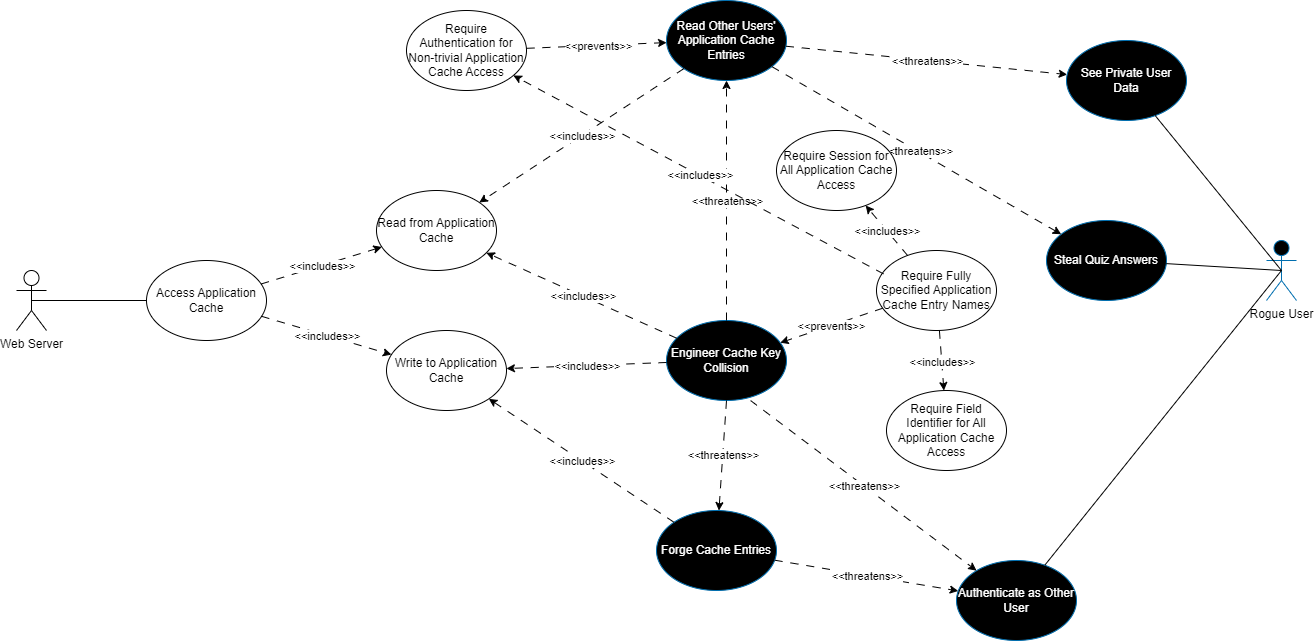
Earlier version of the draw.io export Deliverables/Requirements for Software Security Engineering/Diagrams/Interaction-3-Diagram.png (jschrack/CYBR-8420). Source tidied: cells renumbered, new cells last; positions are measured from the earlier drawing's top-left corner, leaving out a move shared by most shapes. The source it was exported from:
```xml
<mxGraphModel>
  <root>
    <mxCell id="0" />
    <mxCell id="1" parent="0" />
    <mxCell id="2" value="Web Server" style="shape=umlActor;verticalLabelPosition=bottom;verticalAlign=top;html=1;outlineConnect=0;" parent="1" vertex="1">
      <mxGeometry y="270" width="30" height="60" as="geometry" />
    </mxCell>
    <mxCell id="3" value="Access Application Cache" style="ellipse;whiteSpace=wrap;html=1;" parent="1" vertex="1">
      <mxGeometry x="130" y="260" width="120" height="80" as="geometry" />
    </mxCell>
    <mxCell id="4" style="endArrow=none;html=1;rounded=0;exitX=0.5;exitY=0.5;exitDx=0;exitDy=0;exitPerimeter=0;" parent="1" edge="1" source="2" target="3">
      <mxGeometry relative="1" as="geometry" />
    </mxCell>
    <mxCell id="5" style="endArrow=classic;html=1;rounded=0;dashed=1;dashPattern=8 8;" parent="1" edge="1" source="3" target="8">
      <mxGeometry relative="1" as="geometry" />
    </mxCell>
    <mxCell id="6" value="&amp;lt;&amp;lt;includes&amp;gt;&amp;gt;" style="edgeLabel;html=1;align=center;verticalAlign=middle;" parent="5" vertex="1">
      <mxGeometry relative="1" as="geometry" />
    </mxCell>
    <mxCell id="7" value="Read from Application Cache" style="ellipse;whiteSpace=wrap;html=1;" parent="1" vertex="1">
      <mxGeometry x="360" y="190" width="120" height="80" as="geometry" />
    </mxCell>
    <mxCell id="8" value="Write to Application Cache" style="ellipse;whiteSpace=wrap;html=1;" parent="1" vertex="1">
      <mxGeometry x="370" y="330" width="120" height="80" as="geometry" />
    </mxCell>
    <mxCell id="9" style="endArrow=classic;html=1;rounded=0;dashed=1;dashPattern=8 8;" parent="1" edge="1" source="3" target="7">
      <mxGeometry relative="1" as="geometry" />
    </mxCell>
    <mxCell id="10" value="&amp;lt;&amp;lt;includes&amp;gt;&amp;gt;" style="edgeLabel;html=1;align=center;verticalAlign=middle;" parent="9" vertex="1">
      <mxGeometry relative="1" as="geometry" />
    </mxCell>
    <mxCell id="11" value="&lt;font color=&quot;#000000&quot;&gt;Rogue User&lt;/font&gt;" style="shape=umlActor;verticalLabelPosition=bottom;verticalAlign=top;html=1;outlineConnect=0;fillColor=#000000;strokeColor=#006EAF;fontColor=#ffffff;" parent="1" vertex="1">
      <mxGeometry x="1250" y="240" width="30" height="60" as="geometry" />
    </mxCell>
    <mxCell id="12" value="Forge Cache Entries" style="ellipse;whiteSpace=wrap;html=1;fillColor=#000000;fontColor=#ffffff;strokeColor=#006EAF;" parent="1" vertex="1">
      <mxGeometry x="640" y="510" width="120" height="80" as="geometry" />
    </mxCell>
    <mxCell id="13" value="Authenticate as Other User" style="ellipse;whiteSpace=wrap;html=1;fillColor=#000000;fontColor=#ffffff;strokeColor=#006EAF;" parent="1" vertex="1">
      <mxGeometry x="940" y="560" width="120" height="80" as="geometry" />
    </mxCell>
    <mxCell id="14" value="Read Other Users' Application Cache Entries" style="ellipse;whiteSpace=wrap;html=1;fillColor=#000000;fontColor=#ffffff;strokeColor=#006EAF;" parent="1" vertex="1">
      <mxGeometry x="650" width="120" height="80" as="geometry" />
    </mxCell>
    <mxCell id="15" style="endArrow=classic;html=1;rounded=0;dashed=1;dashPattern=8 8;" parent="1" edge="1" source="14" target="7">
      <mxGeometry relative="1" as="geometry" />
    </mxCell>
    <mxCell id="16" value="&amp;lt;&amp;lt;includes&amp;gt;&amp;gt;" style="edgeLabel;html=1;align=center;verticalAlign=middle;" parent="15" vertex="1">
      <mxGeometry relative="1" as="geometry" />
    </mxCell>
    <mxCell id="17" style="endArrow=classic;html=1;rounded=0;dashed=1;dashPattern=8 8;" parent="1" edge="1" source="12" target="8">
      <mxGeometry relative="1" as="geometry" />
    </mxCell>
    <mxCell id="18" value="&amp;lt;&amp;lt;includes&amp;gt;&amp;gt;" style="edgeLabel;html=1;align=center;verticalAlign=middle;" parent="17" vertex="1">
      <mxGeometry relative="1" as="geometry" />
    </mxCell>
    <mxCell id="19" value="Engineer Cache Key Collision" style="ellipse;whiteSpace=wrap;html=1;fillColor=#000000;fontColor=#ffffff;strokeColor=#006EAF;" parent="1" vertex="1">
      <mxGeometry x="650" y="320" width="120" height="80" as="geometry" />
    </mxCell>
    <mxCell id="20" style="endArrow=classic;html=1;rounded=0;dashed=1;dashPattern=8 8;" parent="1" edge="1" source="19" target="7">
      <mxGeometry relative="1" as="geometry" />
    </mxCell>
    <mxCell id="21" value="&amp;lt;&amp;lt;includes&amp;gt;&amp;gt;" style="edgeLabel;html=1;align=center;verticalAlign=middle;" parent="20" vertex="1">
      <mxGeometry relative="1" as="geometry" />
    </mxCell>
    <mxCell id="22" value="Steal Quiz Answers" style="ellipse;whiteSpace=wrap;html=1;fillColor=#000000;fontColor=#ffffff;strokeColor=#006EAF;" parent="1" vertex="1">
      <mxGeometry x="1030" y="220" width="120" height="80" as="geometry" />
    </mxCell>
    <mxCell id="23" value="See Private User Data" style="ellipse;whiteSpace=wrap;html=1;fillColor=#000000;fontColor=#ffffff;strokeColor=#006EAF;" parent="1" vertex="1">
      <mxGeometry x="1050" y="40" width="120" height="80" as="geometry" />
    </mxCell>
    <mxCell id="24" style="endArrow=classic;html=1;rounded=0;dashed=1;dashPattern=8 8;" parent="1" edge="1" source="14" target="22">
      <mxGeometry relative="1" as="geometry" />
    </mxCell>
    <mxCell id="25" value="&amp;lt;&amp;lt;threatens&amp;gt;&amp;gt;" style="edgeLabel;html=1;align=center;verticalAlign=middle;" parent="24" vertex="1">
      <mxGeometry relative="1" as="geometry" />
    </mxCell>
    <mxCell id="26" style="endArrow=classic;html=1;rounded=0;dashed=1;dashPattern=8 8;" parent="1" edge="1" source="14" target="23">
      <mxGeometry relative="1" as="geometry" />
    </mxCell>
    <mxCell id="27" value="&amp;lt;&amp;lt;threatens&amp;gt;&amp;gt;" style="edgeLabel;html=1;align=center;verticalAlign=middle;" parent="26" vertex="1">
      <mxGeometry relative="1" as="geometry" />
    </mxCell>
    <mxCell id="28" style="endArrow=classic;html=1;rounded=0;dashed=1;dashPattern=8 8;exitX=0.701;exitY=1.001;exitDx=0;exitDy=0;exitPerimeter=0;" parent="1" edge="1" source="19" target="13">
      <mxGeometry relative="1" as="geometry" />
    </mxCell>
    <mxCell id="29" value="&amp;lt;&amp;lt;threatens&amp;gt;&amp;gt;" style="edgeLabel;html=1;align=center;verticalAlign=middle;" parent="28" vertex="1">
      <mxGeometry relative="1" as="geometry" />
    </mxCell>
    <mxCell id="30" style="endArrow=classic;html=1;rounded=0;dashed=1;dashPattern=8 8;" parent="1" edge="1" source="19" target="8">
      <mxGeometry relative="1" as="geometry" />
    </mxCell>
    <mxCell id="31" value="&amp;lt;&amp;lt;includes&amp;gt;&amp;gt;" style="edgeLabel;html=1;align=center;verticalAlign=middle;" parent="30" vertex="1">
      <mxGeometry relative="1" as="geometry" />
    </mxCell>
    <mxCell id="32" style="endArrow=classic;html=1;rounded=0;dashed=1;dashPattern=8 8;" parent="1" edge="1" source="12" target="13">
      <mxGeometry relative="1" as="geometry" />
    </mxCell>
    <mxCell id="33" value="&amp;lt;&amp;lt;threatens&amp;gt;&amp;gt;" style="edgeLabel;html=1;align=center;verticalAlign=middle;" parent="32" vertex="1">
      <mxGeometry relative="1" as="geometry" />
    </mxCell>
    <mxCell id="34" style="endArrow=classic;html=1;rounded=0;dashed=1;dashPattern=8 8;exitX=0.5;exitY=0;exitDx=0;exitDy=0;entryX=0.5;entryY=1;entryDx=0;entryDy=0;" parent="1" edge="1" source="19" target="14">
      <mxGeometry relative="1" as="geometry" />
    </mxCell>
    <mxCell id="35" value="&amp;lt;&amp;lt;threatens&amp;gt;&amp;gt;" style="edgeLabel;html=1;align=center;verticalAlign=middle;" parent="34" vertex="1">
      <mxGeometry relative="1" as="geometry" />
    </mxCell>
    <mxCell id="36" style="endArrow=classic;html=1;rounded=0;dashed=1;dashPattern=8 8;exitX=0.5;exitY=1;exitDx=0;exitDy=0;" parent="1" edge="1" source="19" target="12">
      <mxGeometry relative="1" as="geometry" />
    </mxCell>
    <mxCell id="37" value="&amp;lt;&amp;lt;threatens&amp;gt;&amp;gt;" style="edgeLabel;html=1;align=center;verticalAlign=middle;" parent="36" vertex="1">
      <mxGeometry relative="1" as="geometry" />
    </mxCell>
    <mxCell id="38" style="endArrow=none;html=1;rounded=0;exitX=0.5;exitY=0.5;exitDx=0;exitDy=0;exitPerimeter=0;" parent="1" edge="1" source="11" target="22">
      <mxGeometry relative="1" as="geometry" />
    </mxCell>
    <mxCell id="39" style="endArrow=none;html=1;rounded=0;exitX=0.5;exitY=0.5;exitDx=0;exitDy=0;exitPerimeter=0;" parent="1" edge="1" source="11" target="13">
      <mxGeometry relative="1" as="geometry" />
    </mxCell>
    <mxCell id="40" style="endArrow=none;html=1;rounded=0;exitX=0.5;exitY=0.5;exitDx=0;exitDy=0;exitPerimeter=0;" parent="1" edge="1" source="11" target="23">
      <mxGeometry relative="1" as="geometry" />
    </mxCell>
    <mxCell id="41" value="Require Authentication for Non-trivial Application Cache Access" style="ellipse;whiteSpace=wrap;html=1;" parent="1" vertex="1">
      <mxGeometry x="390" y="10" width="120" height="80" as="geometry" />
    </mxCell>
    <mxCell id="42" value="Require Session for All Application Cache Access" style="ellipse;whiteSpace=wrap;html=1;" parent="1" vertex="1">
      <mxGeometry x="760" y="130" width="120" height="80" as="geometry" />
    </mxCell>
    <mxCell id="43" style="endArrow=classic;html=1;rounded=0;dashed=1;dashPattern=8 8;" parent="1" edge="1" source="41" target="14">
      <mxGeometry relative="1" as="geometry" />
    </mxCell>
    <mxCell id="44" value="&amp;lt;&amp;lt;prevents&amp;gt;&amp;gt;" style="edgeLabel;html=1;align=center;verticalAlign=middle;" parent="43" vertex="1">
      <mxGeometry relative="1" as="geometry" />
    </mxCell>
    <mxCell id="45" value="Require Field Identifier for All Application Cache Access" style="ellipse;whiteSpace=wrap;html=1;" parent="1" vertex="1">
      <mxGeometry x="870" y="390" width="120" height="80" as="geometry" />
    </mxCell>
    <mxCell id="46" value="Require Fully Specified Application Cache Entry Names" style="ellipse;whiteSpace=wrap;html=1;" parent="1" vertex="1">
      <mxGeometry x="860" y="250" width="120" height="80" as="geometry" />
    </mxCell>
    <mxCell id="47" style="endArrow=classic;html=1;rounded=0;dashed=1;dashPattern=8 8;" parent="1" edge="1" source="46" target="19">
      <mxGeometry relative="1" as="geometry" />
    </mxCell>
    <mxCell id="48" value="&amp;lt;&amp;lt;prevents&amp;gt;&amp;gt;" style="edgeLabel;html=1;align=center;verticalAlign=middle;" parent="47" vertex="1">
      <mxGeometry relative="1" as="geometry" />
    </mxCell>
    <mxCell id="49" value="0" style="endArrow=classic;html=1;rounded=0;dashed=1;dashPattern=8 8;" parent="1" edge="1" source="46" target="42">
      <mxGeometry relative="1" as="geometry" />
    </mxCell>
    <mxCell id="50" value="&amp;lt;&amp;lt;includes&amp;gt;&amp;gt;" style="edgeLabel;html=1;align=center;verticalAlign=middle;" parent="49" vertex="1">
      <mxGeometry relative="1" as="geometry" />
    </mxCell>
    <mxCell id="51" value="00003" style="endArrow=classic;html=1;rounded=0;dashed=1;dashPattern=8 8;" parent="1" edge="1" source="46" target="45">
      <mxGeometry relative="1" as="geometry" />
    </mxCell>
    <mxCell id="52" value="&amp;lt;&amp;lt;includes&amp;gt;&amp;gt;" style="edgeLabel;html=1;align=center;verticalAlign=middle;" parent="51" vertex="1">
      <mxGeometry relative="1" as="geometry" />
    </mxCell>
    <mxCell id="53" value="0" style="endArrow=classic;html=1;rounded=0;dashed=1;dashPattern=8 8;exitX=0.058;exitY=0.292;exitDx=0;exitDy=0;exitPerimeter=0;" parent="1" edge="1" source="46" target="41">
      <mxGeometry relative="1" as="geometry" />
    </mxCell>
    <mxCell id="54" value="&amp;lt;&amp;lt;includes&amp;gt;&amp;gt;" style="edgeLabel;html=1;align=center;verticalAlign=middle;" parent="53" vertex="1">
      <mxGeometry relative="1" as="geometry" />
    </mxCell>
  </root>
</mxGraphModel>
```
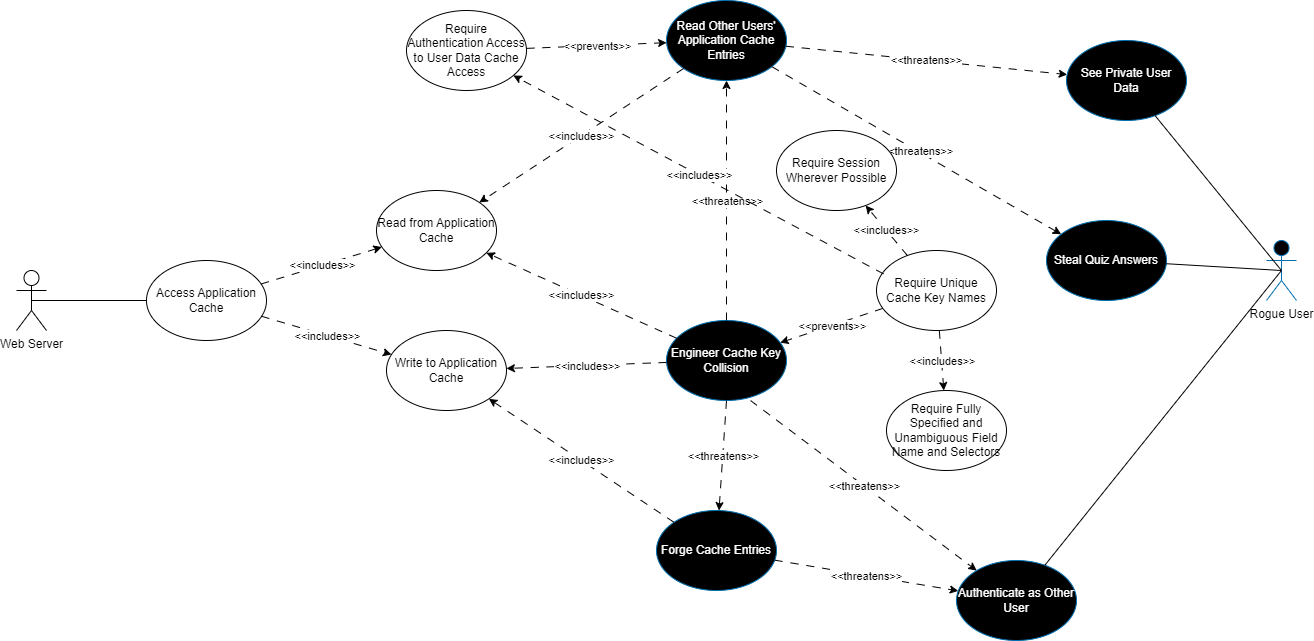
After the change.

Diff of the diagram source:
```diff
@@ -119,10 +119,10 @@
     <mxCell id="40" style="endArrow=none;html=1;rounded=0;exitX=0.5;exitY=0.5;exitDx=0;exitDy=0;exitPerimeter=0;" parent="1" edge="1" source="11" target="23">
       <mxGeometry relative="1" as="geometry" />
     </mxCell>
-    <mxCell id="41" value="Require Authentication for Non-trivial Application Cache Access" style="ellipse;whiteSpace=wrap;html=1;" parent="1" vertex="1">
+    <mxCell id="41" value="Require Authentication Access to User Data Cache Access" style="ellipse;whiteSpace=wrap;html=1;" parent="1" vertex="1">
       <mxGeometry x="390" y="10" width="120" height="80" as="geometry" />
     </mxCell>
-    <mxCell id="42" value="Require Session for All Application Cache Access" style="ellipse;whiteSpace=wrap;html=1;" parent="1" vertex="1">
+    <mxCell id="42" value="Require Session Wherever Possible" style="ellipse;whiteSpace=wrap;html=1;" parent="1" vertex="1">
       <mxGeometry x="760" y="130" width="120" height="80" as="geometry" />
     </mxCell>
     <mxCell id="43" style="endArrow=classic;html=1;rounded=0;dashed=1;dashPattern=8 8;" parent="1" edge="1" source="41" target="14">
@@ -131,10 +131,10 @@
     <mxCell id="44" value="&amp;lt;&amp;lt;prevents&amp;gt;&amp;gt;" style="edgeLabel;html=1;align=center;verticalAlign=middle;" parent="43" vertex="1">
       <mxGeometry relative="1" as="geometry" />
     </mxCell>
-    <mxCell id="45" value="Require Field Identifier for All Application Cache Access" style="ellipse;whiteSpace=wrap;html=1;" parent="1" vertex="1">
+    <mxCell id="45" value="Require Fully Specified and Unambiguous Field Name and Selectors" style="ellipse;whiteSpace=wrap;html=1;" parent="1" vertex="1">
       <mxGeometry x="870" y="390" width="120" height="80" as="geometry" />
     </mxCell>
-    <mxCell id="46" value="Require Fully Specified Application Cache Entry Names" style="ellipse;whiteSpace=wrap;html=1;" parent="1" vertex="1">
+    <mxCell id="46" value="Require Unique Cache Key Names" style="ellipse;whiteSpace=wrap;html=1;" parent="1" vertex="1">
       <mxGeometry x="860" y="250" width="120" height="80" as="geometry" />
     </mxCell>
     <mxCell id="47" style="endArrow=classic;html=1;rounded=0;dashed=1;dashPattern=8 8;" parent="1" edge="1" source="46" target="19">
```
